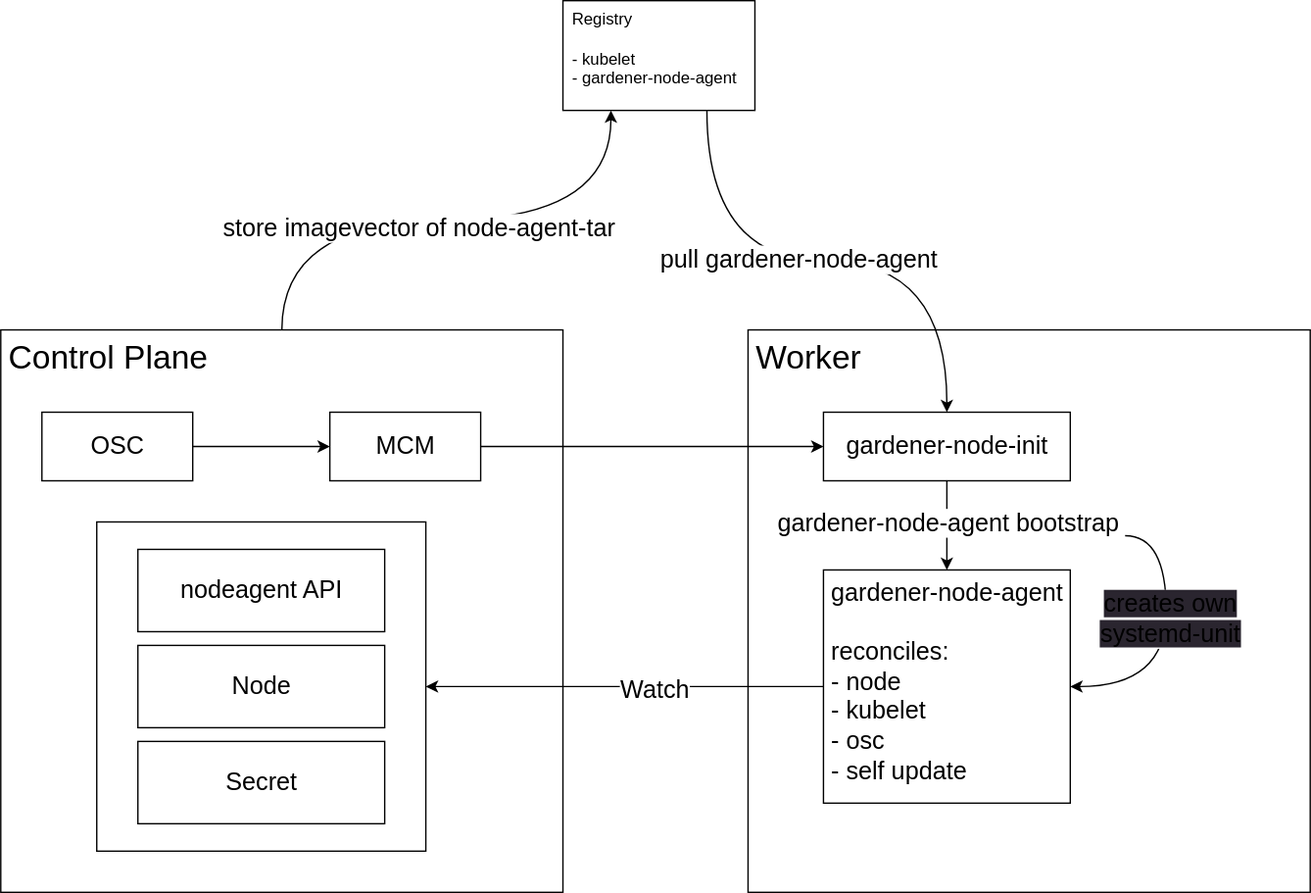
Before: 2023-05-22-Leverkusen/gardener-node-agent/design.drawio.svg, a diagram exported from draw.io (gardener-community/hackathon). Source tidied: cells renumbered, new cells last; positions are measured from the earlier drawing's top-left corner, leaving out a move shared by most shapes.
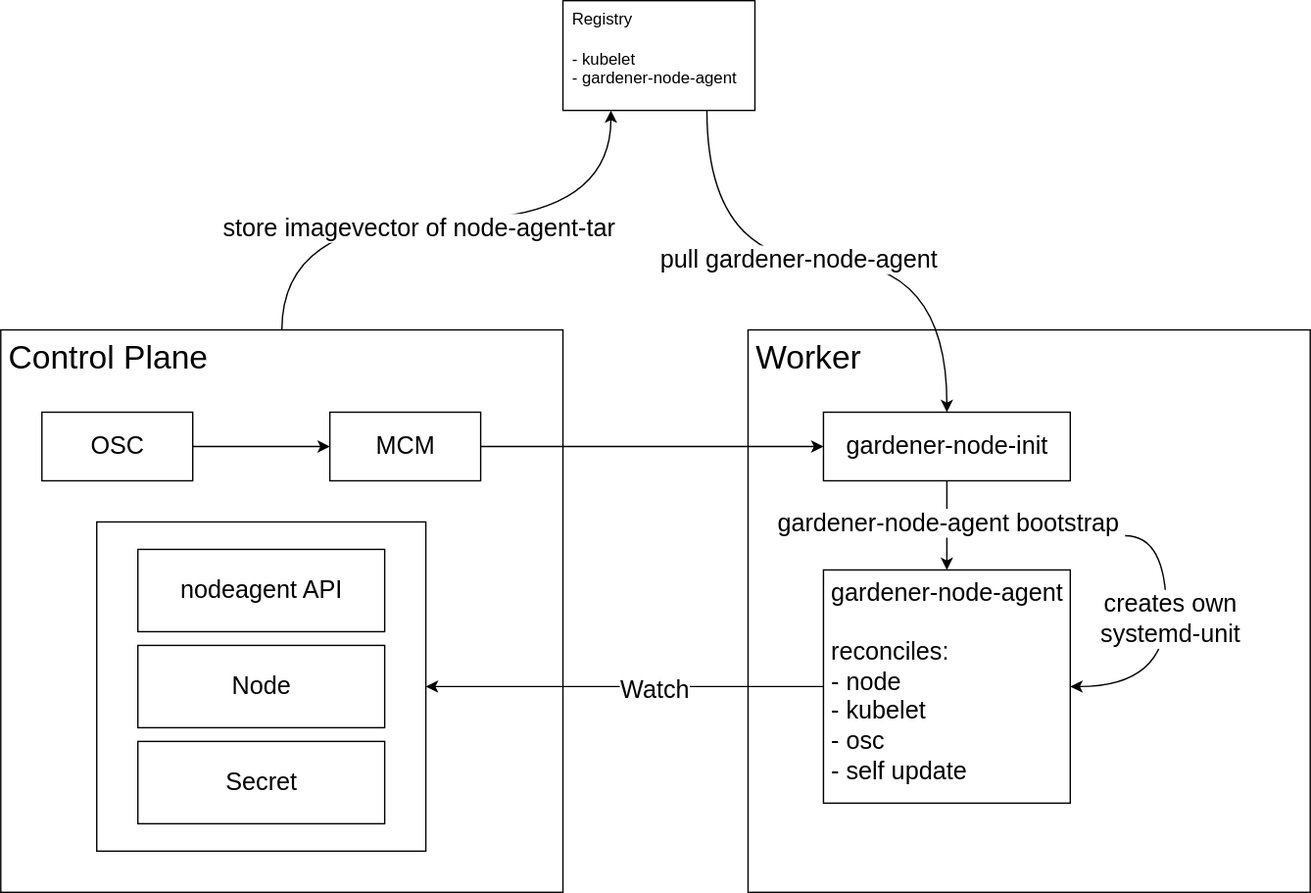
The same file after the commit.

What changed in the source:
```diff
@@ -78,7 +78,7 @@
         </Array>
       </mxGeometry>
     </mxCell>
-    <mxCell id="24" value="&lt;span style=&quot;background-color: rgb(42, 37, 47);&quot;&gt;creates own&lt;br&gt;systemd-unit&lt;/span&gt;" style="edgeLabel;html=1;align=center;verticalAlign=middle;fontSize=18;" parent="23" vertex="1">
+    <mxCell id="24" value="creates own&lt;br&gt;systemd-unit" style="edgeLabel;html=1;align=center;verticalAlign=middle;fontSize=18;" parent="23" vertex="1">
       <mxGeometry x="-0.14" y="2" relative="1" as="geometry" />
     </mxCell>
   </root>
```
